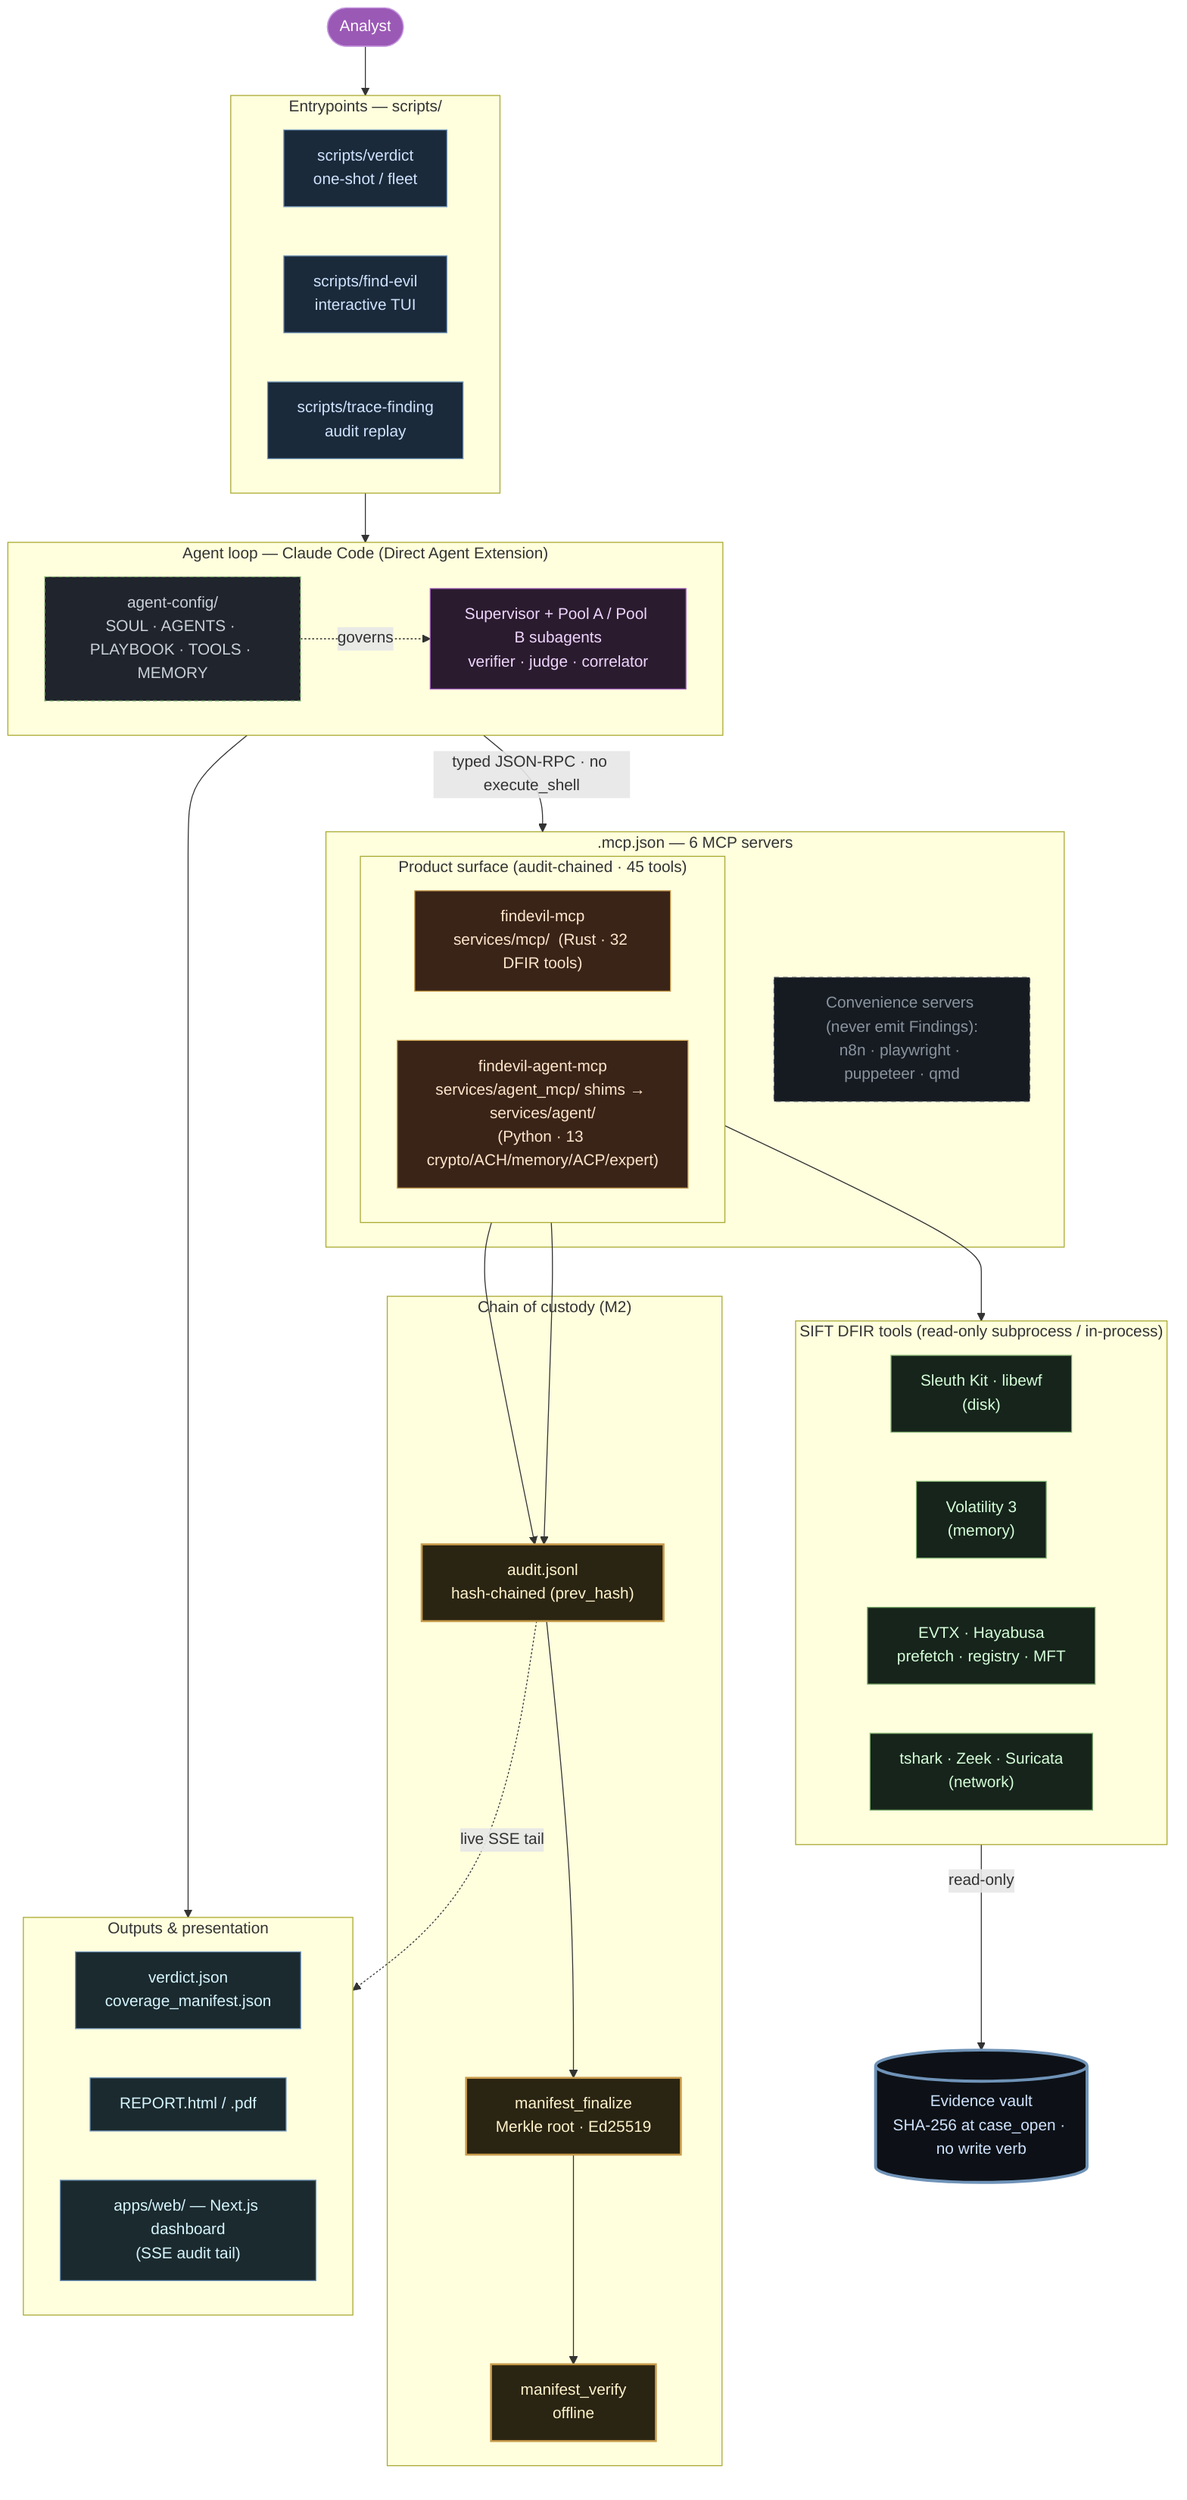
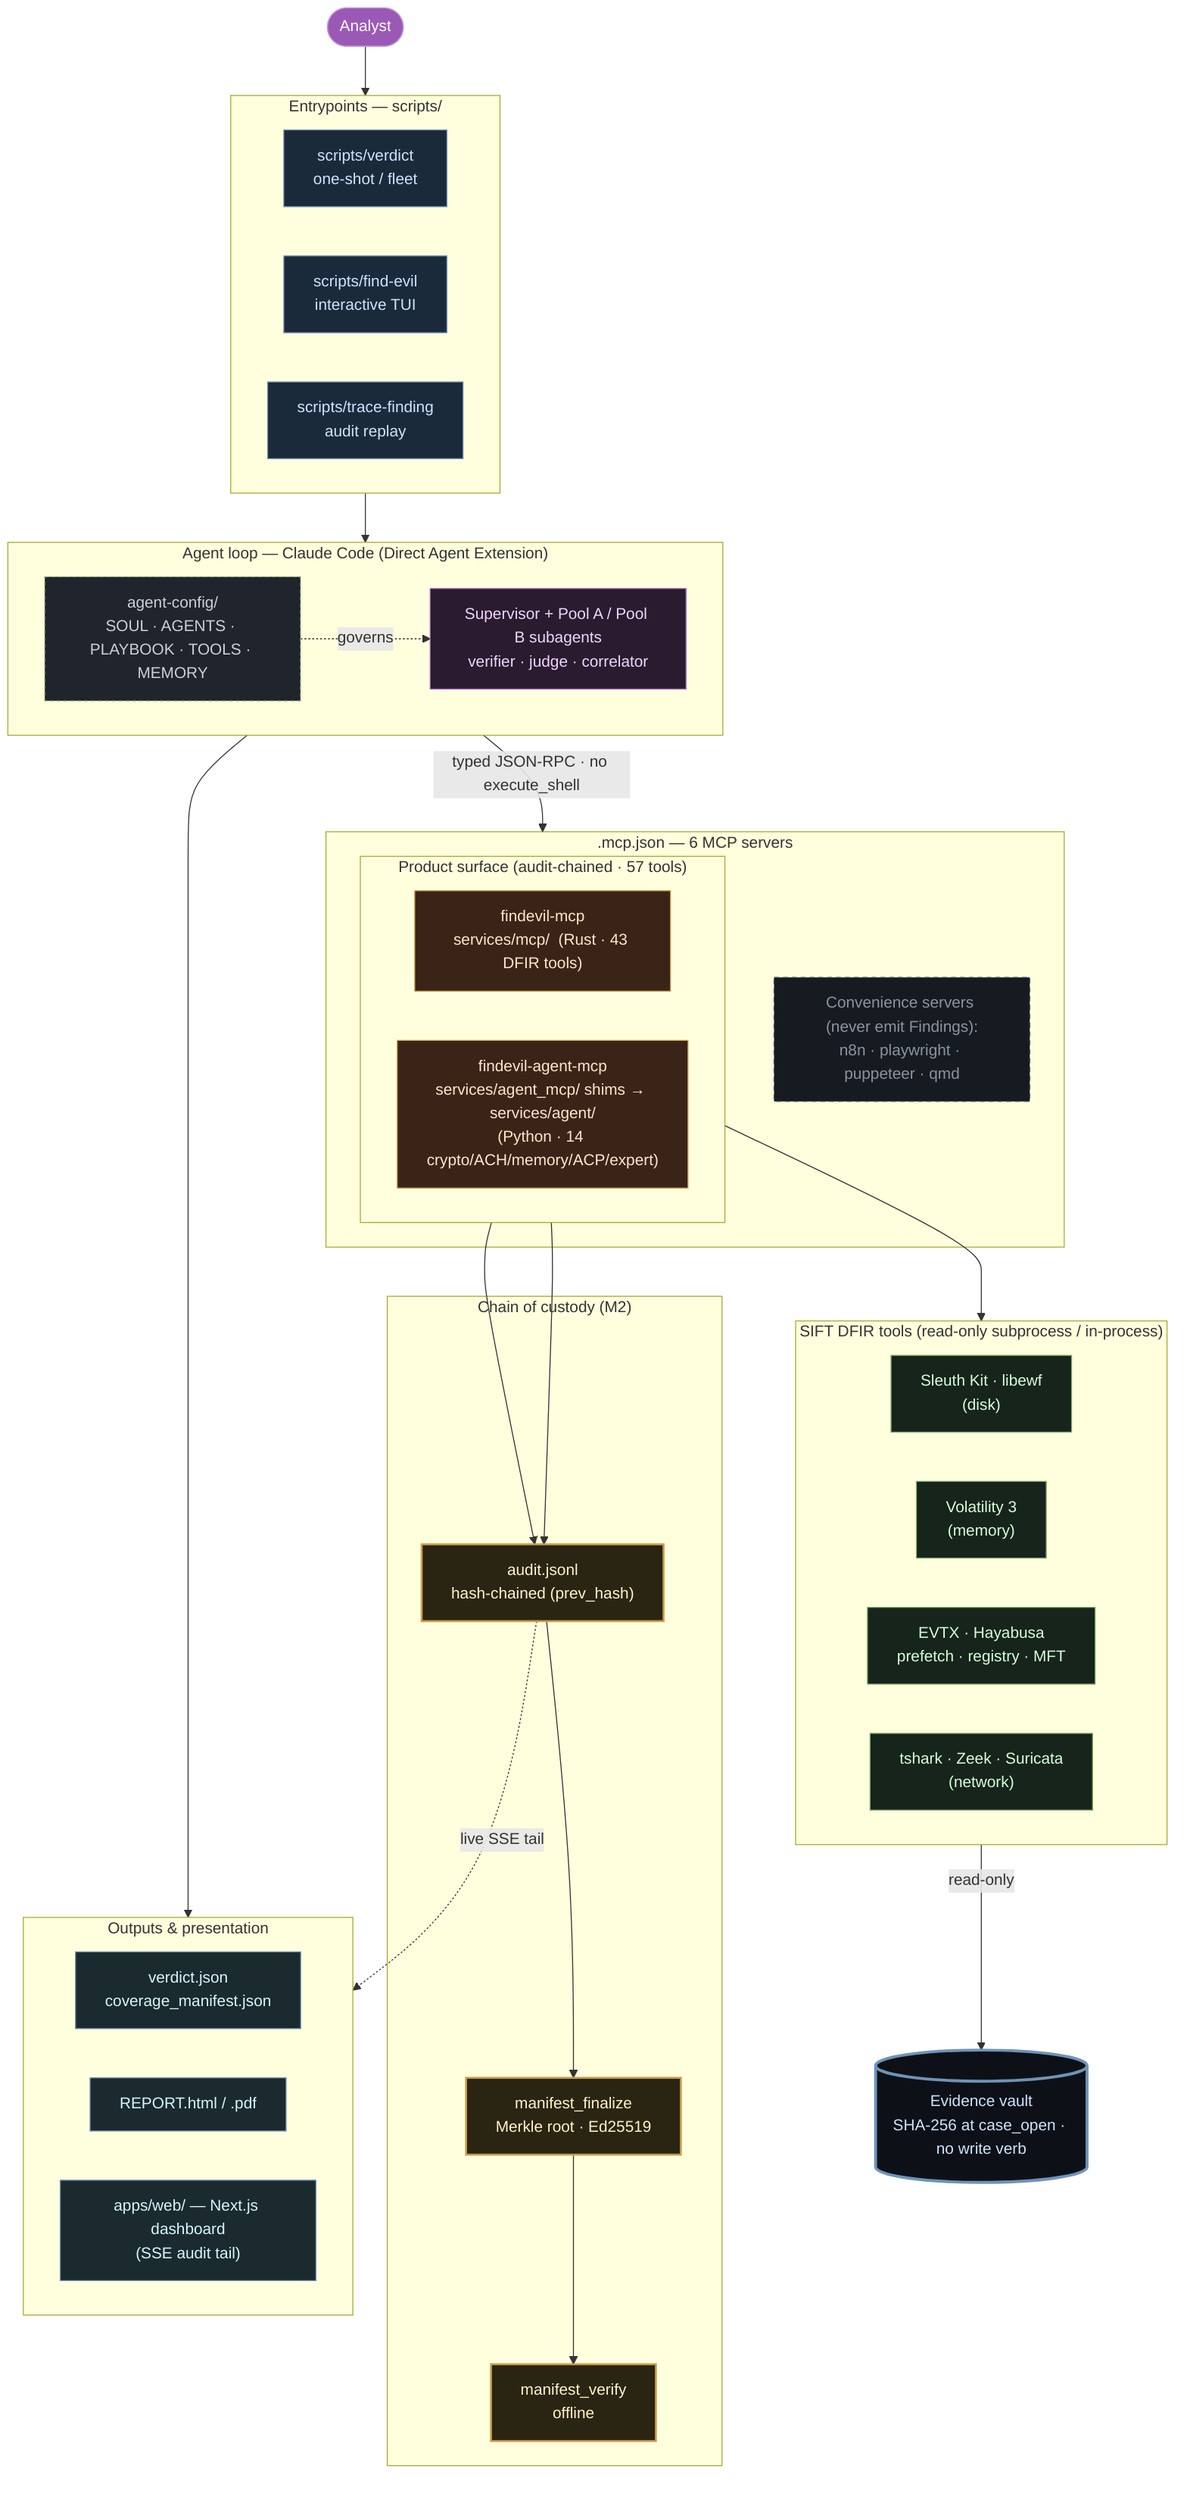
flowchart TD
  OP([Analyst]):::op --> ENTRY
  subgraph ENTRY["Entrypoints &mdash; scripts/"]
    direction LR
    V["scripts/verdict<br/>one-shot / fleet"]:::e
    F["scripts/find-evil<br/>interactive TUI"]:::e
    TR["scripts/trace-finding<br/>audit replay"]:::e
  end
  ENTRY --> AGENT
  subgraph AGENT["Agent loop &mdash; Claude Code  (Direct Agent Extension)"]
    SUP["Supervisor + Pool A / Pool B subagents<br/>verifier &middot; judge &middot; correlator"]:::a
    CFG["agent-config/<br/>SOUL &middot; AGENTS &middot; PLAYBOOK &middot; TOOLS &middot; MEMORY"]:::cfg
    CFG -. governs .-> SUP
  end
  AGENT -->|"typed JSON-RPC &middot; no execute_shell"| MCP
  subgraph MCP[".mcp.json &mdash; 6 MCP servers"]
-     subgraph PROD["Product surface (audit-chained &middot; 45 tools)"]
+     subgraph PROD["Product surface (audit-chained &middot; 57 tools)"]
      direction LR
-       R["findevil-mcp<br/>services/mcp/  (Rust &middot; 32 DFIR tools)"]:::p
-       PY["findevil-agent-mcp<br/>services/agent_mcp/ shims &rarr; services/agent/<br/>(Python &middot; 13 crypto/ACH/memory/ACP/expert)"]:::p
+       R["findevil-mcp<br/>services/mcp/  (Rust &middot; 43 DFIR tools)"]:::p
+       PY["findevil-agent-mcp<br/>services/agent_mcp/ shims &rarr; services/agent/<br/>(Python &middot; 14 crypto/ACH/memory/ACP/expert)"]:::p
    end
    CONV["Convenience servers (never emit Findings):<br/>n8n &middot; playwright &middot; puppeteer &middot; qmd"]:::conv
  end
  R --> TOOLS
  subgraph TOOLS["SIFT DFIR tools (read-only subprocess / in-process)"]
    direction LR
    SK["Sleuth Kit &middot; libewf<br/>(disk)"]:::t
    VOL["Volatility 3<br/>(memory)"]:::t
    LOG["EVTX &middot; Hayabusa<br/>prefetch &middot; registry &middot; MFT"]:::t
    NET["tshark &middot; Zeek &middot; Suricata<br/>(network)"]:::t
  end
  TOOLS -->|read-only| EV[("Evidence vault<br/>SHA-256 at case_open &middot; no write verb")]:::ev
  R --> AUD
  PY --> AUD
  subgraph CUSTODY["Chain of custody (M2)"]
    AUD["audit.jsonl<br/>hash-chained (prev_hash)"]:::c
    MAN["manifest_finalize<br/>Merkle root &middot; Ed25519"]:::c
    MV["manifest_verify<br/>offline"]:::c
    AUD --> MAN --> MV
  end
  AGENT --> OUT
  subgraph OUT["Outputs &amp; presentation"]
    direction LR
    VD["verdict.json<br/>coverage_manifest.json"]:::o
    REP["REPORT.html / .pdf"]:::o
    WEB["apps/web/ &mdash; Next.js dashboard<br/>(SSE audit tail)"]:::o
  end
  AUD -. live SSE tail .-> WEB
  classDef op fill:#9b59b6,color:#fff,stroke:#c79be0
  classDef e fill:#1b2a3a,color:#cfe3ff,stroke:#6f93b8
  classDef a fill:#2a1b2e,color:#f0d6ff,stroke:#9b59b6
  classDef cfg fill:#20242c,color:#c9d1d9,stroke:#7fae6e,stroke-dasharray:4 3
  classDef p fill:#3a2418,color:#ffe6cc,stroke:#c79a4a
  classDef conv fill:#161b22,color:#8b949e,stroke:#444c56,stroke-dasharray:5 4
  classDef t fill:#16241b,color:#d6ffd9,stroke:#7fae6e
  classDef ev fill:#0d1117,color:#cfe3ff,stroke:#6f93b8,stroke-width:3px
  classDef c fill:#2a2412,color:#fff3cc,stroke:#c79a4a,stroke-width:2px
  classDef o fill:#1b2a2e,color:#d6f5ff,stroke:#6f93b8
